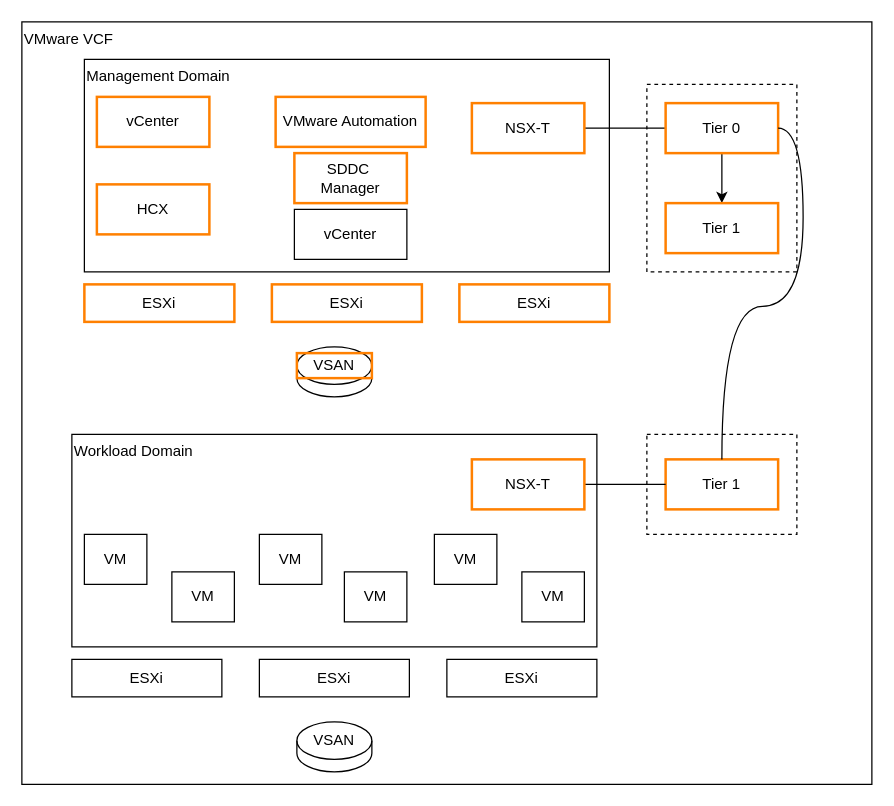
Above: page "VCF" (12 of 13) of images/compute.drawio in bpayt2/temp (draw.io), before the change. Source tidied: cells renumbered, new cells numbered last; positions are measured from the earlier drawing's top-left corner, leaving out a move shared by most shapes. Both pictures are drawn from the tidied source at 125%, with x=0, y=0 at pixel (21, 21).
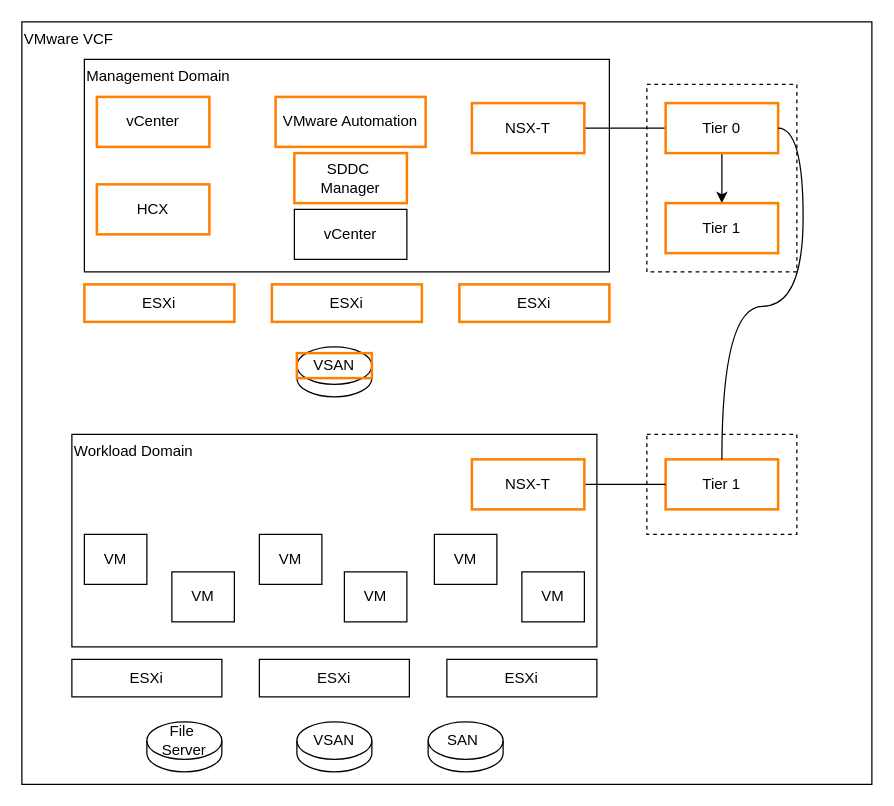
After the change.

The edit, as a diff of the source:
```diff
@@
+    <mxCell id="37" style="shape=cylinder3;whiteSpace=wrap;html=1;boundedLbl=1;backgroundOutline=1;size=15;verticalAlign=top;" parent="1" vertex="1">
+      <mxGeometry x="325" y="560" width="60" height="40" as="geometry" />
+    </mxCell>
+    <mxCell id="38" value="SAN" style="text;html=1;whiteSpace=wrap;strokeColor=none;fillColor=none;align=center;verticalAlign=middle;rounded=0;" parent="1" vertex="1">
+      <mxGeometry x="323" y="560" width="60" height="30" as="geometry" />
+    </mxCell>
+    <mxCell id="39" style="shape=cylinder3;whiteSpace=wrap;html=1;boundedLbl=1;backgroundOutline=1;size=15;verticalAlign=top;" parent="1" vertex="1">
+      <mxGeometry x="100" y="560" width="60" height="40" as="geometry" />
+    </mxCell>
+    <mxCell id="40" value="File&amp;nbsp;&lt;div&gt;Server&lt;/div&gt;" style="text;html=1;whiteSpace=wrap;strokeColor=none;fillColor=none;align=center;verticalAlign=middle;rounded=0;" parent="1" vertex="1">
+      <mxGeometry x="100" y="560" width="60" height="30" as="geometry" />
+    </mxCell>
```
